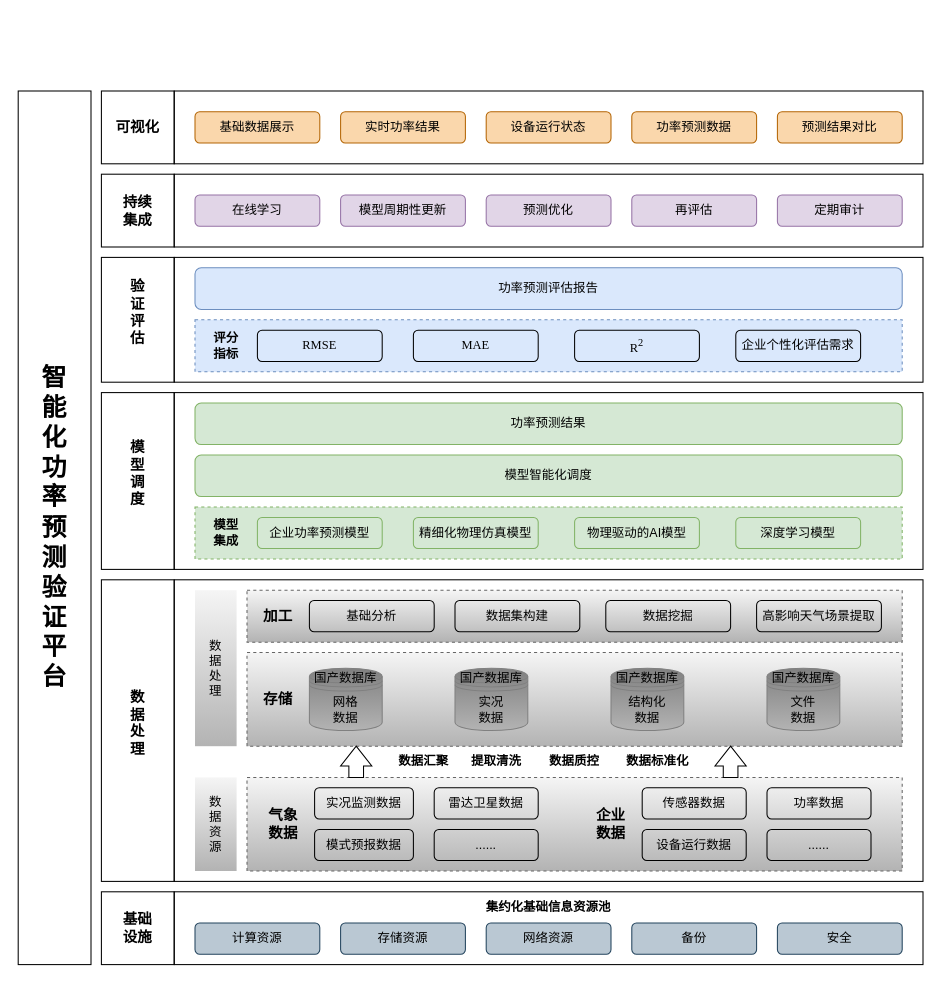
The draw.io diagram 未命名绘图.drawio in fourmia/Note, before the edit. Source tidied: cells renumbered, new cells numbered last; positions are measured from the earlier drawing's top-left corner, leaving out a move shared by most shapes. Both pictures are drawn from the tidied source at 104%, with x=0, y=0 at pixel (18, 90).
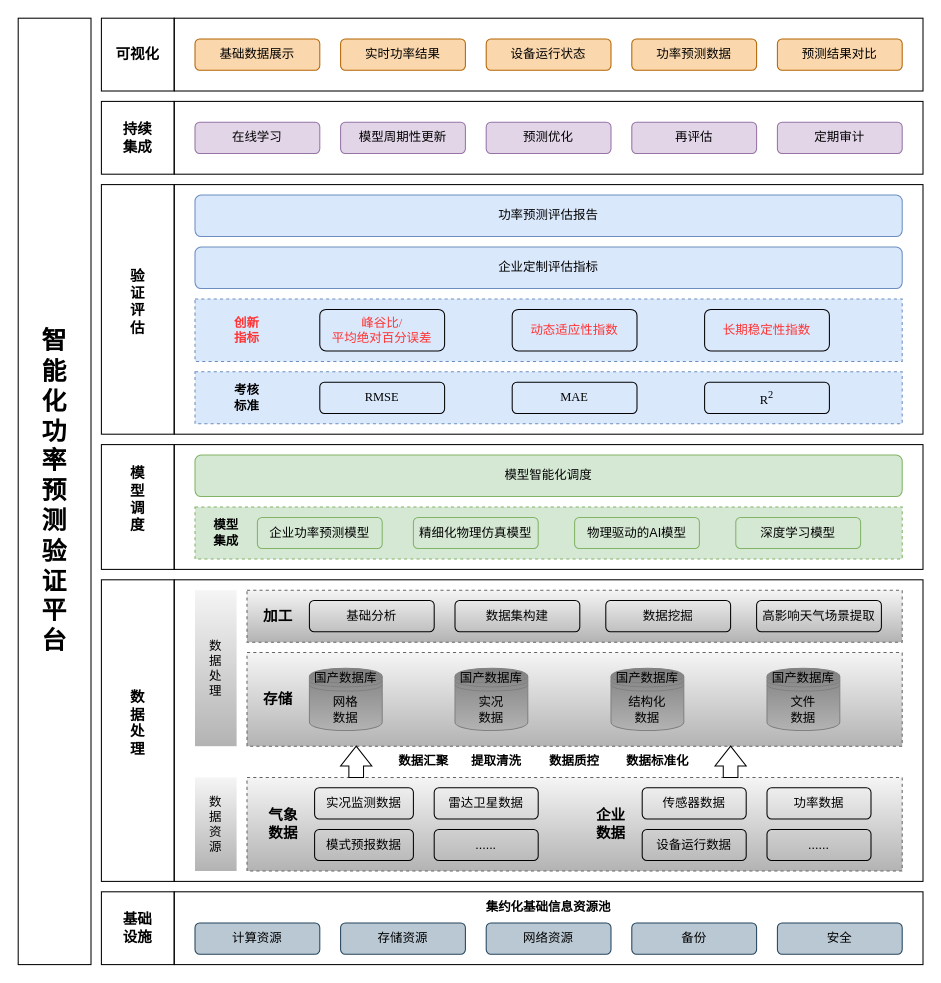
The same diagram, later.

Commit message:
更新未命名绘图.drawio

Change to the diagram source:
```diff
@@
     <mxCell id="44" style="rounded=0;whiteSpace=wrap;html=1;fillColor=none;" parent="1" vertex="1">
-      <mxGeometry x="150" y="290" width="720" height="170" as="geometry" />
+      <mxGeometry x="150" y="340" width="720" height="120" as="geometry" />
     </mxCell>
@@
     <mxCell id="46" value="&lt;div&gt;&lt;span style=&quot;font-size: 14px;&quot;&gt;&lt;b&gt;模&lt;/b&gt;&lt;/span&gt;&lt;/div&gt;&lt;div&gt;&lt;span style=&quot;font-size: 14px;&quot;&gt;&lt;b&gt;型&lt;/b&gt;&lt;/span&gt;&lt;/div&gt;&lt;div&gt;&lt;span style=&quot;font-size: 14px;&quot;&gt;&lt;b&gt;调&lt;/b&gt;&lt;/span&gt;&lt;/div&gt;&lt;div&gt;&lt;span style=&quot;font-size: 14px;&quot;&gt;&lt;b&gt;度&lt;/b&gt;&lt;/span&gt;&lt;/div&gt;&lt;div&gt;&lt;br&gt;&lt;/div&gt;" style="rounded=0;whiteSpace=wrap;html=1;fillColor=none;" parent="1" vertex="1">
-      <mxGeometry x="80" y="290" width="70" height="170" as="geometry" />
+      <mxGeometry x="80" y="340" width="70" height="120" as="geometry" />
     </mxCell>
@@
-    <mxCell id="53" value="功率预测结果" style="rounded=1;whiteSpace=wrap;html=1;fillColor=#d5e8d4;strokeColor=#82b366;" parent="1" vertex="1">
-      <mxGeometry x="170" y="300" width="680" height="40" as="geometry" />
-    </mxCell>
     <mxCell id="54" style="rounded=0;whiteSpace=wrap;html=1;fillColor=none;" parent="1" vertex="1">
-      <mxGeometry x="150" y="160" width="720" height="120" as="geometry" />
+      <mxGeometry x="150" y="90" width="720" height="240" as="geometry" />
     </mxCell>
     <mxCell id="55" style="rounded=0;whiteSpace=wrap;html=1;dashed=1;fillColor=#dae8fc;strokeColor=#6c8ebf;" parent="1" vertex="1">
-      <mxGeometry x="170" y="220" width="680" height="50" as="geometry" />
+      <mxGeometry x="170" y="270" width="680" height="50" as="geometry" />
     </mxCell>
     <mxCell id="56" value="&lt;span style=&quot;font-size: 14px;&quot;&gt;&lt;b&gt;验&lt;/b&gt;&lt;/span&gt;&lt;div&gt;&lt;span style=&quot;font-size: 14px;&quot;&gt;&lt;b&gt;证&lt;/b&gt;&lt;/span&gt;&lt;/div&gt;&lt;div&gt;&lt;div&gt;&lt;span style=&quot;font-size: 14px;&quot;&gt;&lt;b&gt;评&lt;/b&gt;&lt;/span&gt;&lt;/div&gt;&lt;div&gt;&lt;span style=&quot;font-size: 14px;&quot;&gt;&lt;b&gt;估&lt;/b&gt;&lt;/span&gt;&lt;/div&gt;&lt;div&gt;&lt;br&gt;&lt;/div&gt;&lt;/div&gt;" style="rounded=0;whiteSpace=wrap;html=1;fillColor=none;" parent="1" vertex="1">
-      <mxGeometry x="80" y="160" width="70" height="120" as="geometry" />
+      <mxGeometry x="80" y="90" width="70" height="240" as="geometry" />
     </mxCell>
-    <mxCell id="57" value="&lt;b&gt;评分&lt;/b&gt;&lt;div&gt;&lt;b&gt;指标&lt;/b&gt;&lt;/div&gt;" style="text;html=1;align=center;verticalAlign=middle;whiteSpace=wrap;rounded=0;" parent="1" vertex="1">
-      <mxGeometry x="170" y="230" width="60" height="30" as="geometry" />
+    <mxCell id="57" value="&lt;b&gt;考核&lt;/b&gt;&lt;div&gt;&lt;b&gt;标准&lt;/b&gt;&lt;/div&gt;" style="text;html=1;align=center;verticalAlign=middle;whiteSpace=wrap;rounded=0;" parent="1" vertex="1">
+      <mxGeometry x="190" y="280" width="60" height="30" as="geometry" />
     </mxCell>
     <mxCell id="58" value="&lt;font style=&quot;&quot; face=&quot;Times New Roman&quot;&gt;RMSE&lt;/font&gt;" style="rounded=1;whiteSpace=wrap;html=1;fillColor=none;" parent="1" vertex="1">
-      <mxGeometry x="230" y="230" width="120" height="30" as="geometry" />
+      <mxGeometry x="290" y="280" width="120" height="30" as="geometry" />
     </mxCell>
     <mxCell id="59" value="&lt;font style=&quot;&quot; face=&quot;Times New Roman&quot;&gt;MAE&lt;/font&gt;" style="rounded=1;whiteSpace=wrap;html=1;fillColor=none;" parent="1" vertex="1">
-      <mxGeometry x="380" y="230" width="120" height="30" as="geometry" />
+      <mxGeometry x="475" y="280" width="120" height="30" as="geometry" />
     </mxCell>
     <mxCell id="60" value="&lt;font style=&quot;&quot; face=&quot;Times New Roman&quot;&gt;R&lt;sup style=&quot;&quot;&gt;2&lt;/sup&gt;&lt;/font&gt;" style="rounded=1;whiteSpace=wrap;html=1;fillColor=none;" parent="1" vertex="1">
-      <mxGeometry x="535" y="230" width="120" height="30" as="geometry" />
+      <mxGeometry x="660" y="280" width="120" height="30" as="geometry" />
     </mxCell>
-    <mxCell id="61" value="企业个性化评估需求" style="rounded=1;whiteSpace=wrap;html=1;fillColor=none;" parent="1" vertex="1">
-      <mxGeometry x="690" y="230" width="120" height="30" as="geometry" />
-    </mxCell>
     <mxCell id="62" value="功率预测评估报告" style="rounded=1;whiteSpace=wrap;html=1;fillColor=#dae8fc;strokeColor=#6c8ebf;" parent="1" vertex="1">
-      <mxGeometry x="170" y="170" width="680" height="40" as="geometry" />
+      <mxGeometry x="170" y="100" width="680" height="40" as="geometry" />
     </mxCell>
     <mxCell id="63" style="rounded=0;whiteSpace=wrap;html=1;fillColor=none;" parent="1" vertex="1">
-      <mxGeometry x="150" y="80" width="720" height="70" as="geometry" />
+      <mxGeometry x="150" y="10" width="720" height="70" as="geometry" />
     </mxCell>
     <mxCell id="64" value="&lt;font style=&quot;font-size: 14px;&quot;&gt;&lt;b&gt;持续&lt;/b&gt;&lt;/font&gt;&lt;div&gt;&lt;font style=&quot;font-size: 14px;&quot;&gt;&lt;b&gt;集成&lt;/b&gt;&lt;/font&gt;&lt;/div&gt;" style="rounded=0;whiteSpace=wrap;html=1;fillColor=none;" parent="1" vertex="1">
-      <mxGeometry x="80" y="80" width="70" height="70" as="geometry" />
+      <mxGeometry x="80" y="10" width="70" height="70" as="geometry" />
     </mxCell>
     <mxCell id="65" value="在线学习" style="rounded=1;whiteSpace=wrap;html=1;fillColor=#e1d5e7;strokeColor=#9673a6;" parent="1" vertex="1">
-      <mxGeometry x="170" y="100" width="120" height="30" as="geometry" />
+      <mxGeometry x="170" y="30" width="120" height="30" as="geometry" />
     </mxCell>
     <mxCell id="66" value="模型周期性更新" style="rounded=1;whiteSpace=wrap;html=1;fillColor=#e1d5e7;strokeColor=#9673a6;" parent="1" vertex="1">
-      <mxGeometry x="310" y="100" width="120" height="30" as="geometry" />
+      <mxGeometry x="310" y="30" width="120" height="30" as="geometry" />
     </mxCell>
     <mxCell id="67" value="预测优化" style="rounded=1;whiteSpace=wrap;html=1;fillColor=#e1d5e7;strokeColor=#9673a6;" parent="1" vertex="1">
-      <mxGeometry x="450" y="100" width="120" height="30" as="geometry" />
+      <mxGeometry x="450" y="30" width="120" height="30" as="geometry" />
     </mxCell>
     <mxCell id="68" value="再评估" style="rounded=1;whiteSpace=wrap;html=1;fillColor=#e1d5e7;strokeColor=#9673a6;" parent="1" vertex="1">
-      <mxGeometry x="590" y="100" width="120" height="30" as="geometry" />
+      <mxGeometry x="590" y="30" width="120" height="30" as="geometry" />
     </mxCell>
     <mxCell id="69" value="定期审计" style="rounded=1;whiteSpace=wrap;html=1;fillColor=#e1d5e7;strokeColor=#9673a6;" parent="1" vertex="1">
-      <mxGeometry x="730" y="100" width="120" height="30" as="geometry" />
+      <mxGeometry x="730" y="30" width="120" height="30" as="geometry" />
     </mxCell>
@@
     <mxCell id="74" value="&lt;div&gt;&lt;b style=&quot;&quot;&gt;&lt;font style=&quot;font-size: 24px;&quot;&gt;智&lt;/font&gt;&lt;/b&gt;&lt;/div&gt;&lt;div&gt;&lt;b&gt;&lt;font style=&quot;font-size: 24px;&quot;&gt;能&lt;/font&gt;&lt;/b&gt;&lt;/div&gt;&lt;div&gt;&lt;b&gt;&lt;font style=&quot;font-size: 24px;&quot;&gt;化&lt;/font&gt;&lt;/b&gt;&lt;/div&gt;&lt;div&gt;&lt;b style=&quot;background-color: initial;&quot;&gt;&lt;font style=&quot;font-size: 24px;&quot;&gt;功&lt;/font&gt;&lt;/b&gt;&lt;/div&gt;&lt;div&gt;&lt;b style=&quot;background-color: initial;&quot;&gt;&lt;font style=&quot;font-size: 24px;&quot;&gt;率&lt;/font&gt;&lt;/b&gt;&lt;/div&gt;&lt;div&gt;&lt;b style=&quot;background-color: initial;&quot;&gt;&lt;font style=&quot;font-size: 24px;&quot;&gt;预&lt;/font&gt;&lt;/b&gt;&lt;/div&gt;&lt;div&gt;&lt;b style=&quot;background-color: initial;&quot;&gt;&lt;font style=&quot;font-size: 24px;&quot;&gt;测&lt;/font&gt;&lt;/b&gt;&lt;/div&gt;&lt;div&gt;&lt;b&gt;&lt;font style=&quot;font-size: 24px;&quot;&gt;验&lt;/font&gt;&lt;/b&gt;&lt;/div&gt;&lt;div&gt;&lt;b&gt;&lt;font style=&quot;font-size: 24px;&quot;&gt;证&lt;/font&gt;&lt;/b&gt;&lt;/div&gt;&lt;div&gt;&lt;b style=&quot;background-color: initial;&quot;&gt;&lt;font style=&quot;font-size: 24px;&quot;&gt;平&lt;/font&gt;&lt;/b&gt;&lt;/div&gt;&lt;div&gt;&lt;b style=&quot;background-color: initial;&quot;&gt;&lt;font style=&quot;font-size: 24px;&quot;&gt;台&lt;/font&gt;&lt;/b&gt;&lt;br&gt;&lt;/div&gt;" style="rounded=0;whiteSpace=wrap;html=1;fillColor=none;" parent="1" vertex="1">
-      <mxGeometry width="70" height="840" as="geometry" />
+      <mxGeometry y="-70" width="70" height="910" as="geometry" />
     </mxCell>
     <mxCell id="75" style="rounded=0;whiteSpace=wrap;html=1;fillColor=none;" parent="1" vertex="1">
-      <mxGeometry x="150" width="720" height="70" as="geometry" />
+      <mxGeometry x="150" y="-70" width="720" height="70" as="geometry" />
     </mxCell>
     <mxCell id="76" value="&lt;div&gt;&lt;span style=&quot;font-size: 14px;&quot;&gt;&lt;b&gt;可视化&lt;/b&gt;&lt;/span&gt;&lt;/div&gt;" style="rounded=0;whiteSpace=wrap;html=1;fillColor=none;" parent="1" vertex="1">
-      <mxGeometry x="80" width="70" height="70" as="geometry" />
+      <mxGeometry x="80" y="-70" width="70" height="70" as="geometry" />
     </mxCell>
     <mxCell id="77" value="基础数据展示" style="rounded=1;whiteSpace=wrap;html=1;fillColor=#fad7ac;strokeColor=#b46504;" parent="1" vertex="1">
-      <mxGeometry x="170" y="20" width="120" height="30" as="geometry" />
+      <mxGeometry x="170" y="-50" width="120" height="30" as="geometry" />
     </mxCell>
     <mxCell id="78" value="实时功率结果" style="rounded=1;whiteSpace=wrap;html=1;fillColor=#fad7ac;strokeColor=#b46504;" parent="1" vertex="1">
-      <mxGeometry x="310" y="20" width="120" height="30" as="geometry" />
+      <mxGeometry x="310" y="-50" width="120" height="30" as="geometry" />
     </mxCell>
     <mxCell id="79" value="设备运行状态" style="rounded=1;whiteSpace=wrap;html=1;fillColor=#fad7ac;strokeColor=#b46504;" parent="1" vertex="1">
-      <mxGeometry x="450" y="20" width="120" height="30" as="geometry" />
+      <mxGeometry x="450" y="-50" width="120" height="30" as="geometry" />
     </mxCell>
     <mxCell id="80" value="功率预测数据" style="rounded=1;whiteSpace=wrap;html=1;fillColor=#fad7ac;strokeColor=#b46504;" parent="1" vertex="1">
-      <mxGeometry x="590" y="20" width="120" height="30" as="geometry" />
+      <mxGeometry x="590" y="-50" width="120" height="30" as="geometry" />
     </mxCell>
     <mxCell id="81" value="预测结果对比" style="rounded=1;whiteSpace=wrap;html=1;fillColor=#fad7ac;strokeColor=#b46504;" parent="1" vertex="1">
-      <mxGeometry x="730" y="20" width="120" height="30" as="geometry" />
+      <mxGeometry x="730" y="-50" width="120" height="30" as="geometry" />
     </mxCell>
+    <mxCell id="82" style="rounded=0;whiteSpace=wrap;html=1;dashed=1;fillColor=#dae8fc;strokeColor=#6c8ebf;" parent="1" vertex="1">
+      <mxGeometry x="170" y="200" width="680" height="60" as="geometry" />
+    </mxCell>
+    <mxCell id="83" value="&lt;font color=&quot;#ff3333&quot;&gt;&lt;b&gt;创新&lt;/b&gt;&lt;br&gt;&lt;/font&gt;&lt;div&gt;&lt;b&gt;&lt;font color=&quot;#ff3333&quot;&gt;指标&lt;/font&gt;&lt;/b&gt;&lt;/div&gt;" style="text;html=1;align=center;verticalAlign=middle;whiteSpace=wrap;rounded=0;" parent="1" vertex="1">
+      <mxGeometry x="190" y="215" width="60" height="30" as="geometry" />
+    </mxCell>
+    <mxCell id="84" value="&lt;font color=&quot;#ff3333&quot; face=&quot;Times New Roman&quot;&gt;峰谷比/&lt;/font&gt;&lt;div&gt;&lt;font color=&quot;#ff3333&quot; face=&quot;Times New Roman&quot;&gt;平均绝对百分误差&lt;/font&gt;&lt;/div&gt;" style="rounded=1;whiteSpace=wrap;html=1;fillColor=none;" parent="1" vertex="1">
+      <mxGeometry x="290" y="210" width="120" height="40" as="geometry" />
+    </mxCell>
+    <mxCell id="85" value="&lt;font color=&quot;#ff3333&quot; style=&quot;&quot; face=&quot;Times New Roman&quot;&gt;动态适应性指数&lt;/font&gt;" style="rounded=1;whiteSpace=wrap;html=1;fillColor=none;" parent="1" vertex="1">
+      <mxGeometry x="475" y="210" width="120" height="40" as="geometry" />
+    </mxCell>
+    <mxCell id="86" value="&lt;font color=&quot;#ff3333&quot; face=&quot;Times New Roman&quot;&gt;长期稳定性指数&lt;/font&gt;" style="rounded=1;whiteSpace=wrap;html=1;fillColor=none;" parent="1" vertex="1">
+      <mxGeometry x="660" y="210" width="120" height="40" as="geometry" />
+    </mxCell>
+    <mxCell id="87" value="企业定制评估指标" style="rounded=1;whiteSpace=wrap;html=1;fillColor=#dae8fc;strokeColor=#6c8ebf;" parent="1" vertex="1">
+      <mxGeometry x="170" y="150" width="680" height="40" as="geometry" />
+    </mxCell>
```
